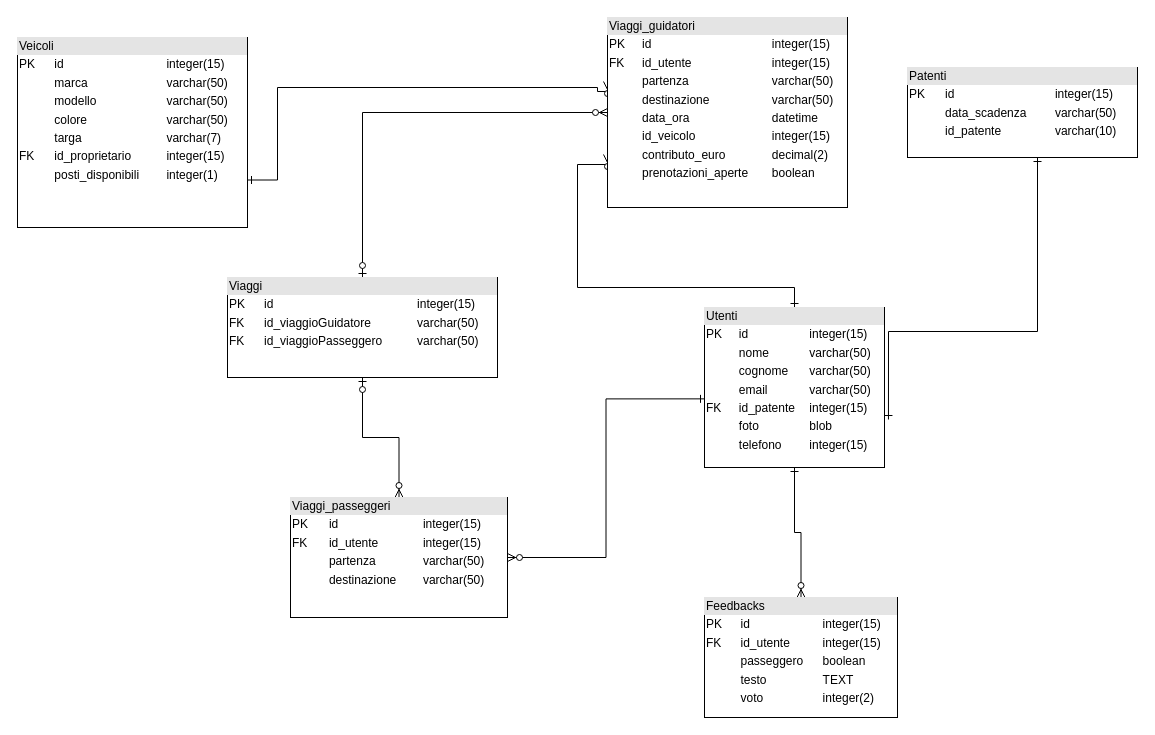
Earlier version of the draw.io diagram Untitled Diagram.drawio (Lor3nzo01/cpp). Source tidied: cells renumbered, new cells numbered last; positions are measured from the earlier drawing's top-left corner, leaving out a move shared by most shapes. Both pictures are drawn from the tidied source at 100%, with x=0, y=0 at pixel (17, 17).
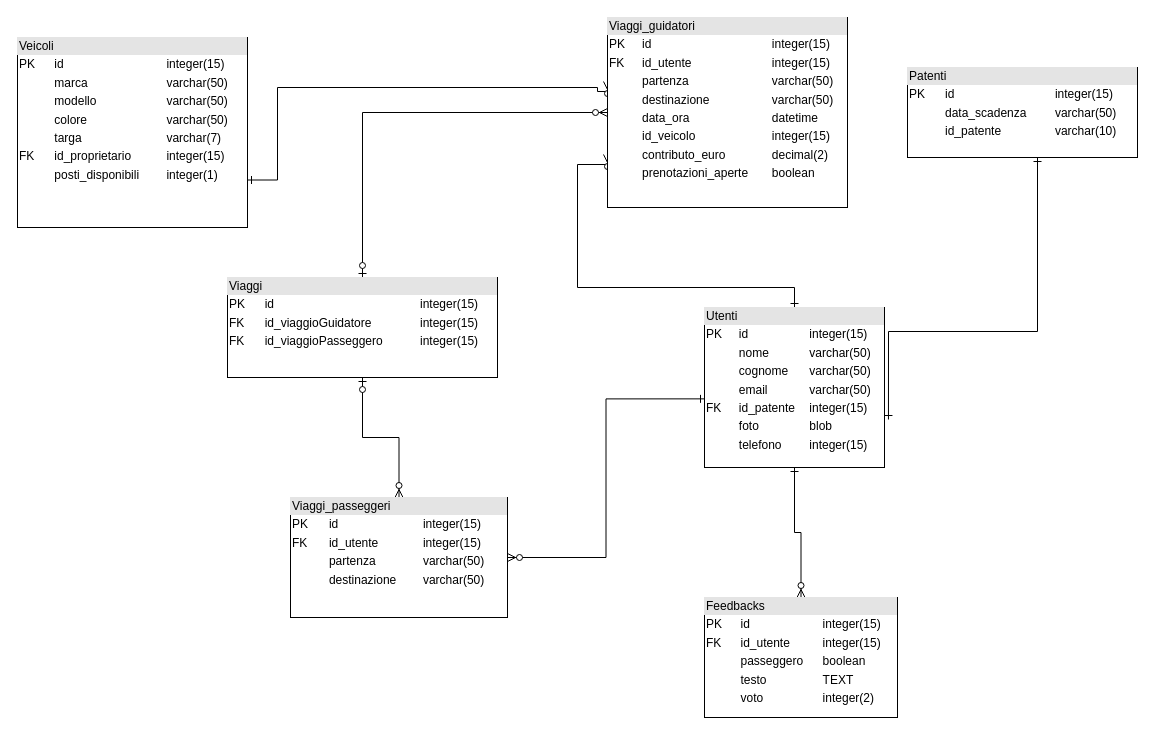
Above is the later version.

Change to the diagram source:
```diff
@@
-    <mxCell id="14" value="&lt;div style=&quot;box-sizing: border-box ; width: 100% ; background: #e4e4e4 ; padding: 2px&quot;&gt;Viaggi&lt;/div&gt;&lt;table style=&quot;width: 100% ; font-size: 1em&quot; cellspacing=&quot;0&quot; cellpadding=&quot;2&quot;&gt;&lt;tbody&gt;&lt;tr&gt;&lt;td&gt;PK&lt;/td&gt;&lt;td&gt;&lt;br&gt;&lt;/td&gt;&lt;td&gt;&lt;br&gt;&lt;/td&gt;&lt;td&gt;id&lt;/td&gt;&lt;td&gt;integer(15)&lt;/td&gt;&lt;/tr&gt;&lt;tr&gt;&lt;td&gt;FK&lt;br&gt;&lt;/td&gt;&lt;td&gt;&lt;br&gt;&lt;/td&gt;&lt;td&gt;&lt;br&gt;&lt;/td&gt;&lt;td&gt;id_viaggioGuidatore&lt;/td&gt;&lt;td&gt;varchar(50)&lt;/td&gt;&lt;/tr&gt;&lt;tr&gt;&lt;td&gt;FK&lt;br&gt;&lt;/td&gt;&lt;td&gt;&lt;br&gt;&lt;/td&gt;&lt;td&gt;&lt;br&gt;&lt;/td&gt;&lt;td&gt;id_viaggioPasseggero&lt;br&gt;&lt;/td&gt;&lt;td&gt;varchar(50)&lt;br&gt;&lt;/td&gt;&lt;/tr&gt;&lt;tr&gt;&lt;td&gt;&lt;br&gt;&lt;/td&gt;&lt;td&gt;&lt;br&gt;&lt;/td&gt;&lt;td&gt;&lt;br&gt;&lt;/td&gt;&lt;td&gt;&lt;br&gt;&lt;/td&gt;&lt;td&gt;&lt;br&gt;&lt;/td&gt;&lt;/tr&gt;&lt;tr&gt;&lt;td&gt;&lt;br&gt;&lt;/td&gt;&lt;td&gt;&lt;br&gt;&lt;/td&gt;&lt;td&gt;&lt;br&gt;&lt;/td&gt;&lt;td&gt;&lt;br&gt;&lt;/td&gt;&lt;td&gt;&lt;br&gt;&lt;/td&gt;&lt;/tr&gt;&lt;tr&gt;&lt;td&gt;&lt;br&gt;&lt;/td&gt;&lt;td&gt;&lt;br&gt;&lt;/td&gt;&lt;td&gt;&lt;br&gt;&lt;/td&gt;&lt;td&gt;&lt;br&gt;&lt;/td&gt;&lt;td&gt;&lt;br&gt;&lt;/td&gt;&lt;/tr&gt;&lt;tr&gt;&lt;td&gt;&lt;br&gt;&lt;/td&gt;&lt;td&gt;&lt;br&gt;&lt;/td&gt;&lt;td&gt;&lt;br&gt;&lt;/td&gt;&lt;td&gt;&lt;br&gt;&lt;/td&gt;&lt;td&gt;&lt;br&gt;&lt;/td&gt;&lt;/tr&gt;&lt;tr&gt;&lt;td&gt;&lt;br&gt;&lt;/td&gt;&lt;td&gt;&lt;br&gt;&lt;/td&gt;&lt;td&gt;&lt;br&gt;&lt;/td&gt;&lt;td&gt;&lt;br&gt;&lt;/td&gt;&lt;td&gt;&lt;br&gt;&lt;/td&gt;&lt;/tr&gt;&lt;/tbody&gt;&lt;/table&gt;" style="verticalAlign=top;align=left;overflow=fill;html=1;" parent="1" vertex="1">
+    <mxCell id="14" value="&lt;div style=&quot;box-sizing: border-box ; width: 100% ; background: #e4e4e4 ; padding: 2px&quot;&gt;Viaggi&lt;/div&gt;&lt;table style=&quot;width: 100% ; font-size: 1em&quot; cellspacing=&quot;0&quot; cellpadding=&quot;2&quot;&gt;&lt;tbody&gt;&lt;tr&gt;&lt;td&gt;PK&lt;/td&gt;&lt;td&gt;&lt;br&gt;&lt;/td&gt;&lt;td&gt;&lt;br&gt;&lt;/td&gt;&lt;td&gt;id&lt;/td&gt;&lt;td&gt;integer(15)&lt;/td&gt;&lt;/tr&gt;&lt;tr&gt;&lt;td&gt;FK&lt;br&gt;&lt;/td&gt;&lt;td&gt;&lt;br&gt;&lt;/td&gt;&lt;td&gt;&lt;br&gt;&lt;/td&gt;&lt;td&gt;id_viaggioGuidatore&lt;/td&gt;&lt;td&gt;integer(15)&lt;/td&gt;&lt;/tr&gt;&lt;tr&gt;&lt;td&gt;FK&lt;br&gt;&lt;/td&gt;&lt;td&gt;&lt;br&gt;&lt;/td&gt;&lt;td&gt;&lt;br&gt;&lt;/td&gt;&lt;td&gt;id_viaggioPasseggero&lt;br&gt;&lt;/td&gt;&lt;td&gt;integer(15)&lt;br&gt;&lt;/td&gt;&lt;/tr&gt;&lt;tr&gt;&lt;td&gt;&lt;br&gt;&lt;/td&gt;&lt;td&gt;&lt;br&gt;&lt;/td&gt;&lt;td&gt;&lt;br&gt;&lt;/td&gt;&lt;td&gt;&lt;br&gt;&lt;/td&gt;&lt;td&gt;&lt;br&gt;&lt;/td&gt;&lt;/tr&gt;&lt;tr&gt;&lt;td&gt;&lt;br&gt;&lt;/td&gt;&lt;td&gt;&lt;br&gt;&lt;/td&gt;&lt;td&gt;&lt;br&gt;&lt;/td&gt;&lt;td&gt;&lt;br&gt;&lt;/td&gt;&lt;td&gt;&lt;br&gt;&lt;/td&gt;&lt;/tr&gt;&lt;tr&gt;&lt;td&gt;&lt;br&gt;&lt;/td&gt;&lt;td&gt;&lt;br&gt;&lt;/td&gt;&lt;td&gt;&lt;br&gt;&lt;/td&gt;&lt;td&gt;&lt;br&gt;&lt;/td&gt;&lt;td&gt;&lt;br&gt;&lt;/td&gt;&lt;/tr&gt;&lt;tr&gt;&lt;td&gt;&lt;br&gt;&lt;/td&gt;&lt;td&gt;&lt;br&gt;&lt;/td&gt;&lt;td&gt;&lt;br&gt;&lt;/td&gt;&lt;td&gt;&lt;br&gt;&lt;/td&gt;&lt;td&gt;&lt;br&gt;&lt;/td&gt;&lt;/tr&gt;&lt;tr&gt;&lt;td&gt;&lt;br&gt;&lt;/td&gt;&lt;td&gt;&lt;br&gt;&lt;/td&gt;&lt;td&gt;&lt;br&gt;&lt;/td&gt;&lt;td&gt;&lt;br&gt;&lt;/td&gt;&lt;td&gt;&lt;br&gt;&lt;/td&gt;&lt;/tr&gt;&lt;/tbody&gt;&lt;/table&gt;" style="verticalAlign=top;align=left;overflow=fill;html=1;" parent="1" vertex="1">
       <mxGeometry x="210" y="260" width="270" height="100" as="geometry" />
     </mxCell>
```
